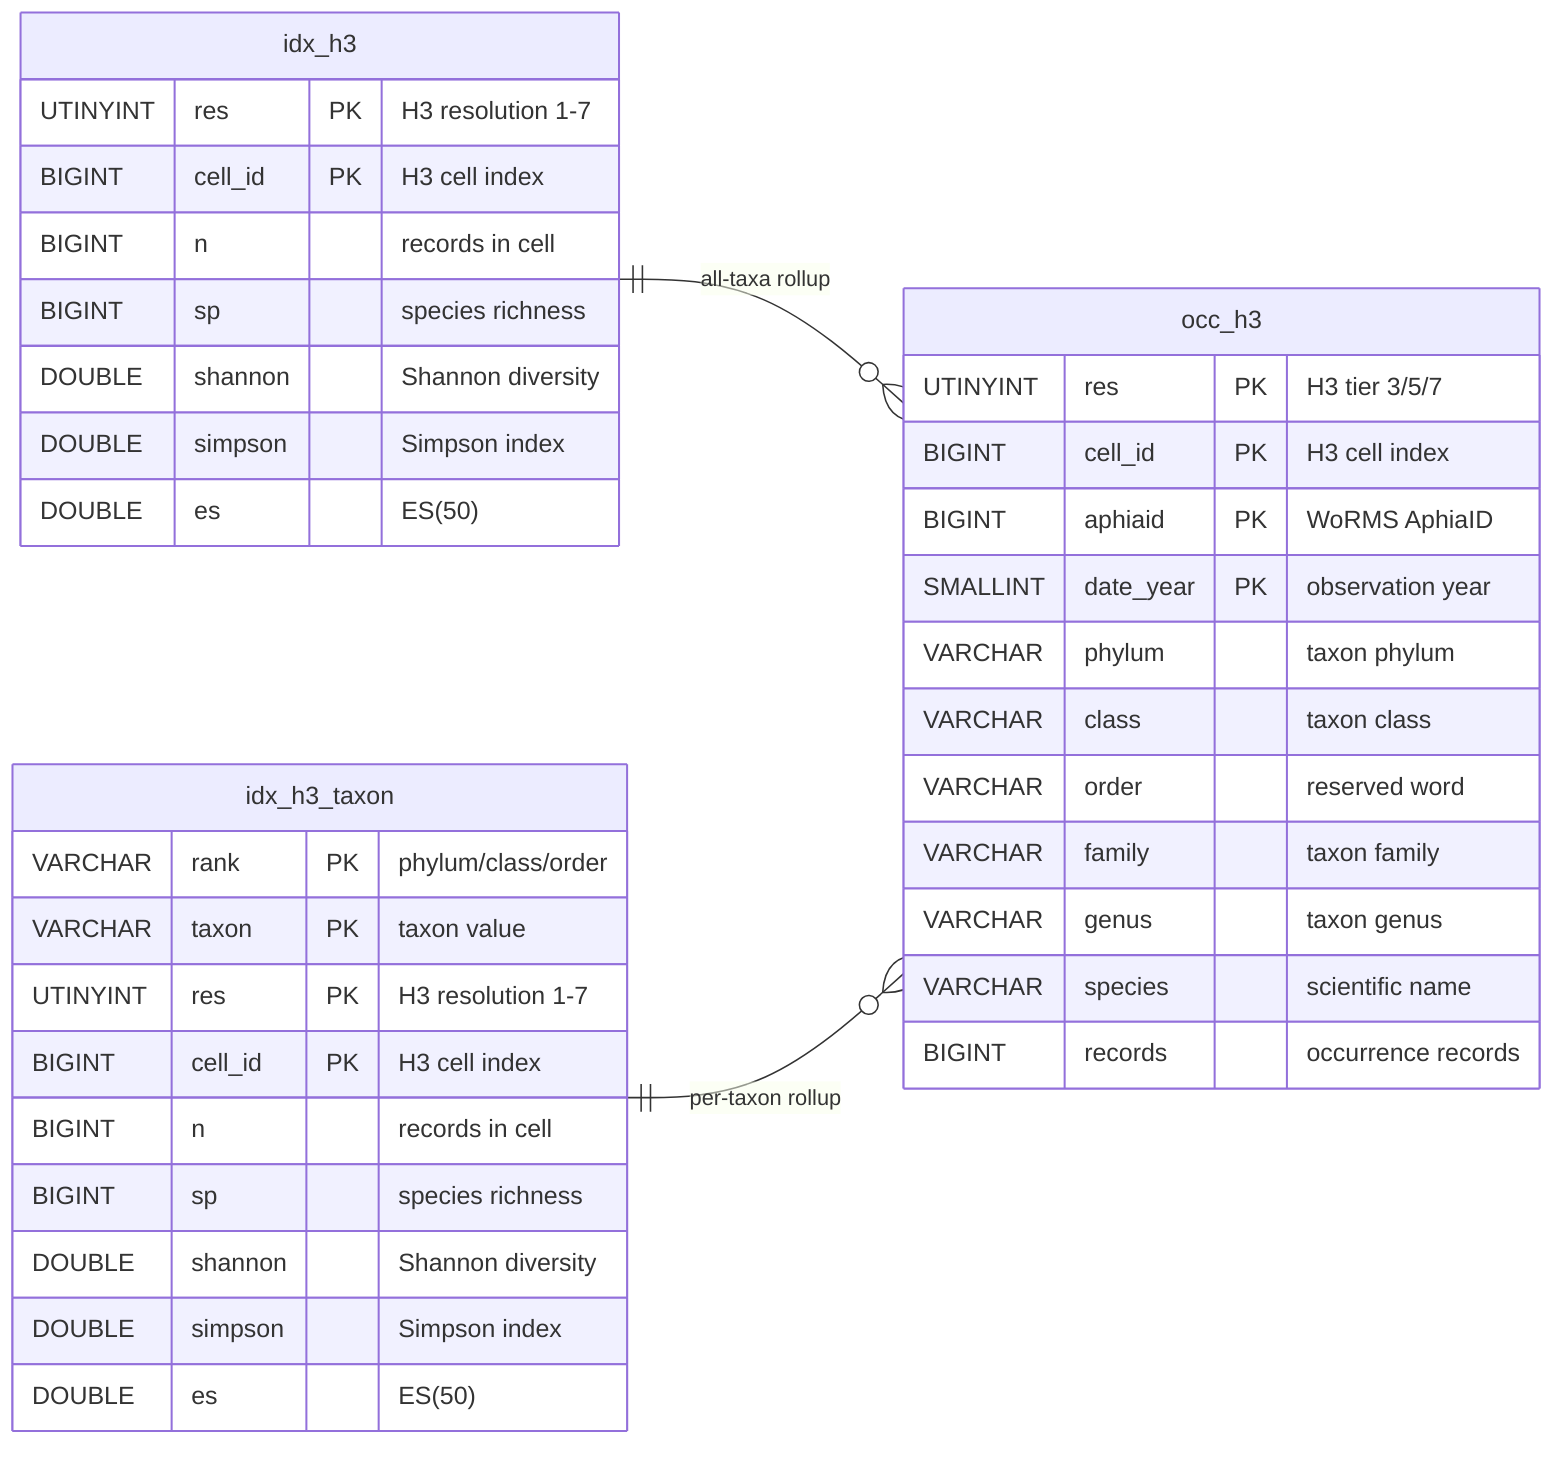
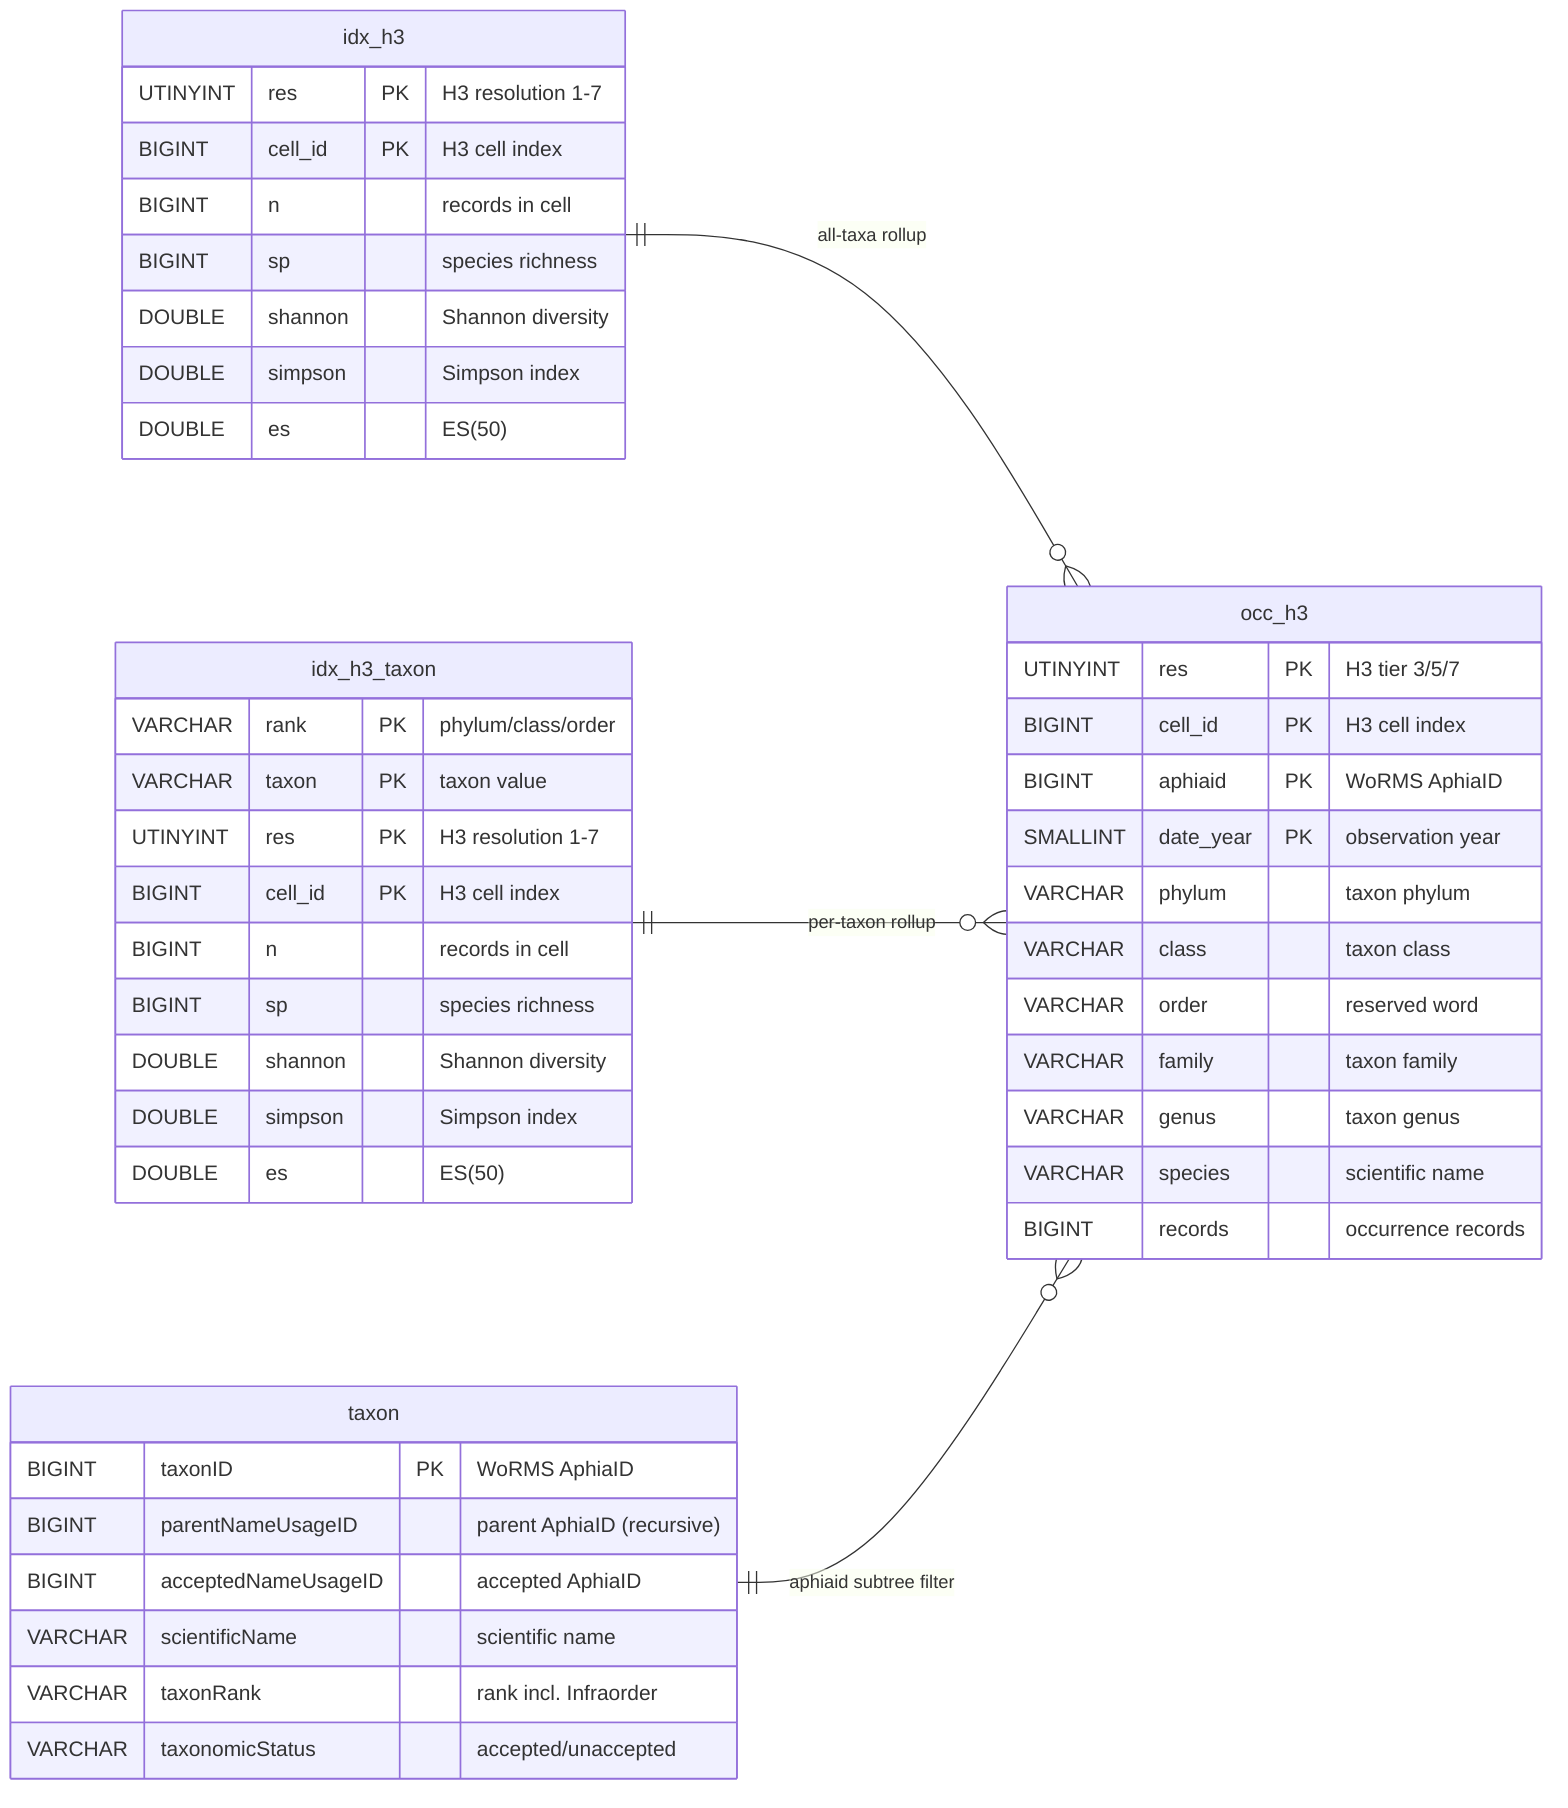
erDiagram
  direction LR
  idx_h3 {
    UTINYINT res PK "H3 resolution 1-7"
    BIGINT cell_id PK "H3 cell index"
    BIGINT n "records in cell"
    BIGINT sp "species richness"
    DOUBLE shannon "Shannon diversity"
    DOUBLE simpson "Simpson index"
    DOUBLE es "ES(50)"
  }
  idx_h3_taxon {
    VARCHAR rank PK "phylum/class/order"
    VARCHAR taxon PK "taxon value"
    UTINYINT res PK "H3 resolution 1-7"
    BIGINT cell_id PK "H3 cell index"
    BIGINT n "records in cell"
    BIGINT sp "species richness"
    DOUBLE shannon "Shannon diversity"
    DOUBLE simpson "Simpson index"
    DOUBLE es "ES(50)"
  }
  occ_h3 {
    UTINYINT res PK "H3 tier 3/5/7"
    BIGINT cell_id PK "H3 cell index"
    BIGINT aphiaid PK "WoRMS AphiaID"
    SMALLINT date_year PK "observation year"
    VARCHAR phylum "taxon phylum"
    VARCHAR class "taxon class"
    VARCHAR order "reserved word"
    VARCHAR family "taxon family"
    VARCHAR genus "taxon genus"
    VARCHAR species "scientific name"
    BIGINT records "occurrence records"
  }
+   taxon {
+     BIGINT taxonID PK "WoRMS AphiaID"
+     BIGINT parentNameUsageID "parent AphiaID (recursive)"
+     BIGINT acceptedNameUsageID "accepted AphiaID"
+     VARCHAR scientificName "scientific name"
+     VARCHAR taxonRank "rank incl. Infraorder"
+     VARCHAR taxonomicStatus "accepted/unaccepted"
+   }
  idx_h3 ||--o{ occ_h3 : "all-taxa rollup"
  idx_h3_taxon ||--o{ occ_h3 : "per-taxon rollup"
+   taxon ||--o{ occ_h3 : "aphiaid subtree filter"
